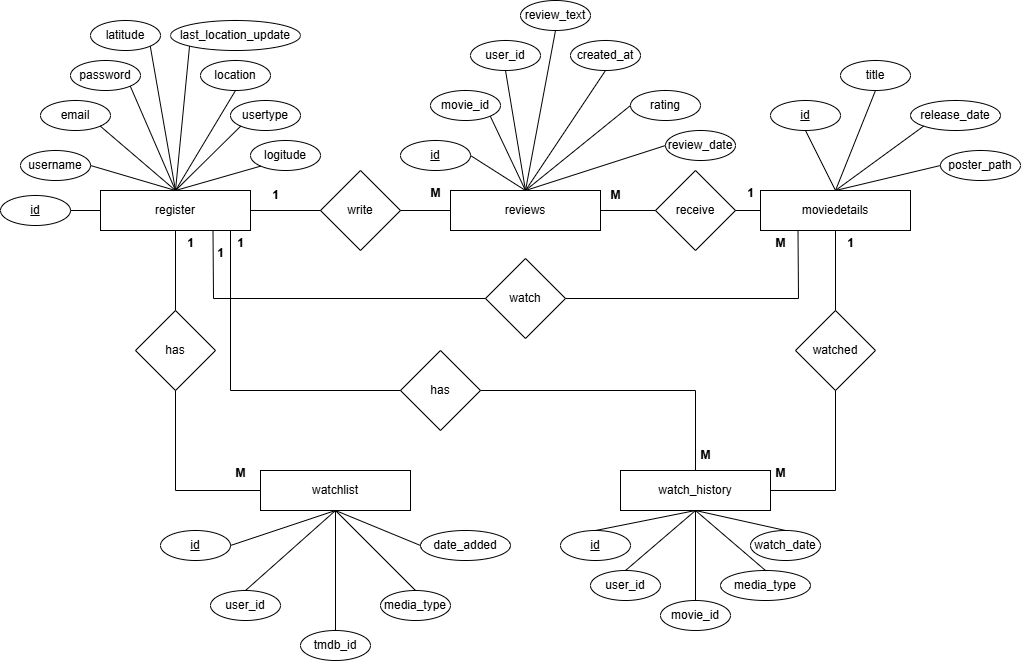
Above: ER-Digram.drawio.png in rushamdr0410/M2 (draw.io), before the change. Source tidied: cells renumbered, new cells last; positions are measured from the earlier drawing's top-left corner, leaving out a move shared by most shapes.
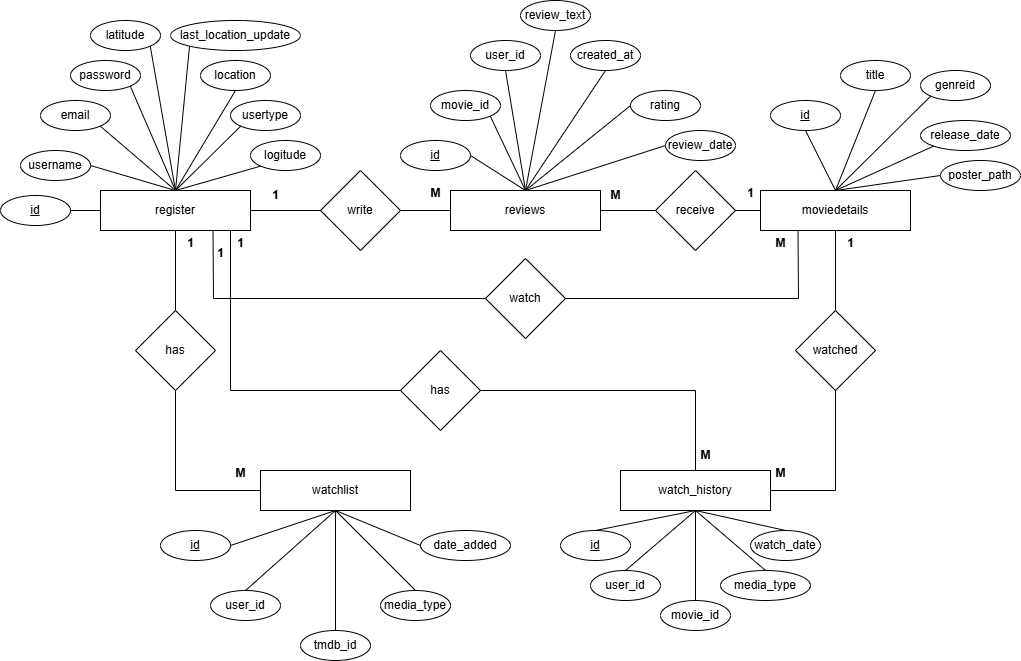
Later version of the same file.

What changed in the source:
```diff
@@ -146,10 +146,10 @@
       <mxGeometry x="840" y="60" width="70" height="30" as="geometry" />
     </mxCell>
     <mxCell id="44" value="release_date" style="ellipse;whiteSpace=wrap;html=1;" parent="1" vertex="1">
-      <mxGeometry x="910" y="100" width="90" height="30" as="geometry" />
+      <mxGeometry x="920" y="120" width="90" height="30" as="geometry" />
     </mxCell>
     <mxCell id="45" value="poster_path" style="ellipse;whiteSpace=wrap;html=1;" parent="1" vertex="1">
-      <mxGeometry x="940" y="150" width="80" height="30" as="geometry" />
+      <mxGeometry x="940" y="160" width="80" height="30" as="geometry" />
     </mxCell>
     <mxCell id="46" style="endArrow=none;html=1;rounded=0;exitX=0.5;exitY=0;exitDx=0;exitDy=0;entryX=0.5;entryY=1;entryDx=0;entryDy=0;" parent="1" edge="1" source="4" target="42">
       <mxGeometry relative="1" as="geometry" />
@@ -312,5 +312,11 @@
     <mxCell id="96" value="&lt;b&gt;M&lt;/b&gt;" style="text;html=1;align=center;verticalAlign=middle;strokeColor=none;fillColor=none;" parent="1" vertex="1">
       <mxGeometry x="765" y="228" width="30" height="30" as="geometry" />
     </mxCell>
+    <mxCell id="97" value="genreid" style="ellipse;whiteSpace=wrap;html=1;" parent="1" vertex="1">
+      <mxGeometry x="920" y="70" width="70" height="30" as="geometry" />
+    </mxCell>
+    <mxCell id="98" style="endArrow=none;html=1;rounded=0;entryX=0.5;entryY=0;entryDx=0;entryDy=0;exitX=0;exitY=1;exitDx=0;exitDy=0;" parent="1" edge="1" source="97" target="4">
+      <mxGeometry relative="1" as="geometry" />
+    </mxCell>
   </root>
 </mxGraphModel>
```
